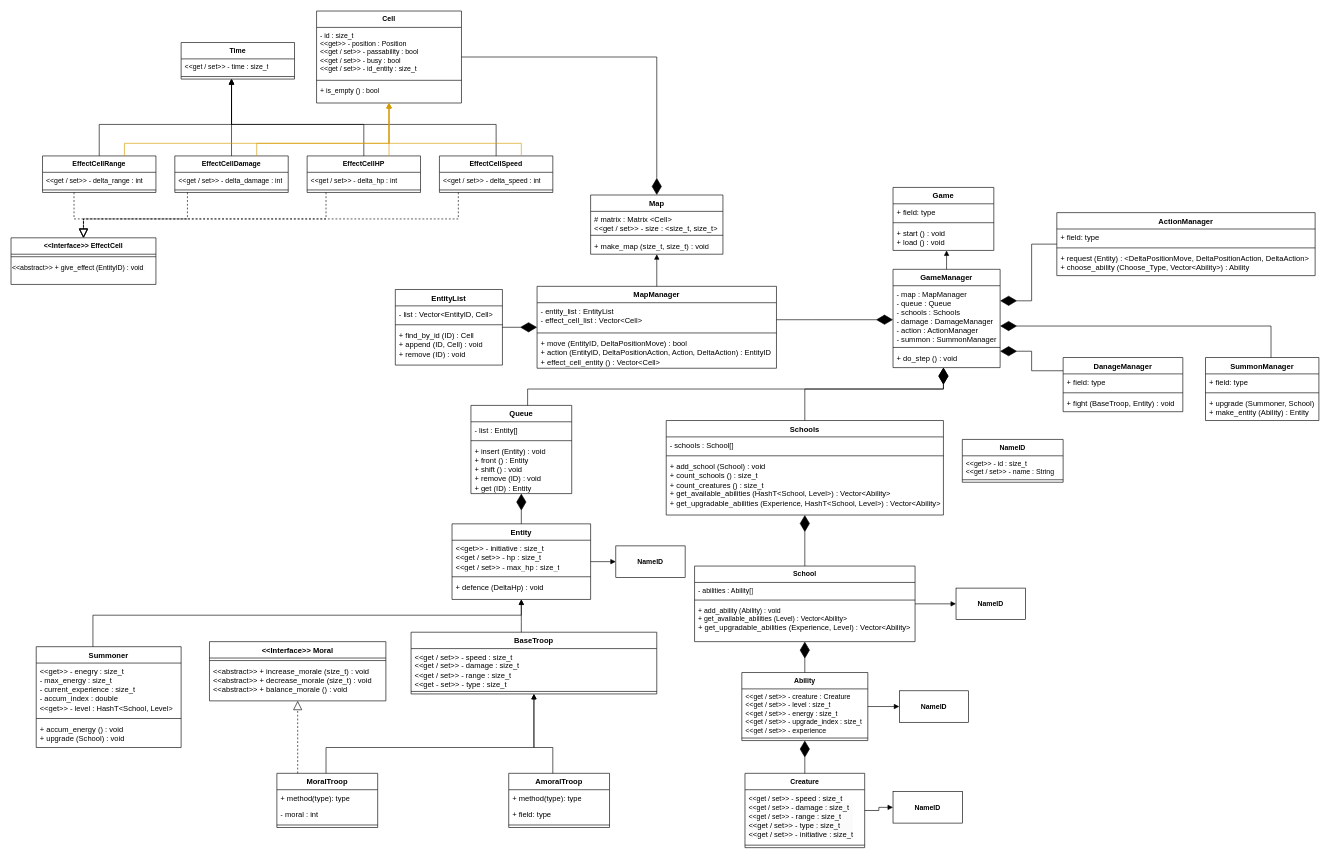
Earlier version of the draw.io diagram lab3.drawio (Alvald1/draw.io). Source tidied: cells renumbered, new cells numbered last; positions are measured from the earlier drawing's top-left corner, leaving out a move shared by most shapes. Both pictures are drawn from the tidied source at 63%, with x=0, y=0 at pixel (11, 11).
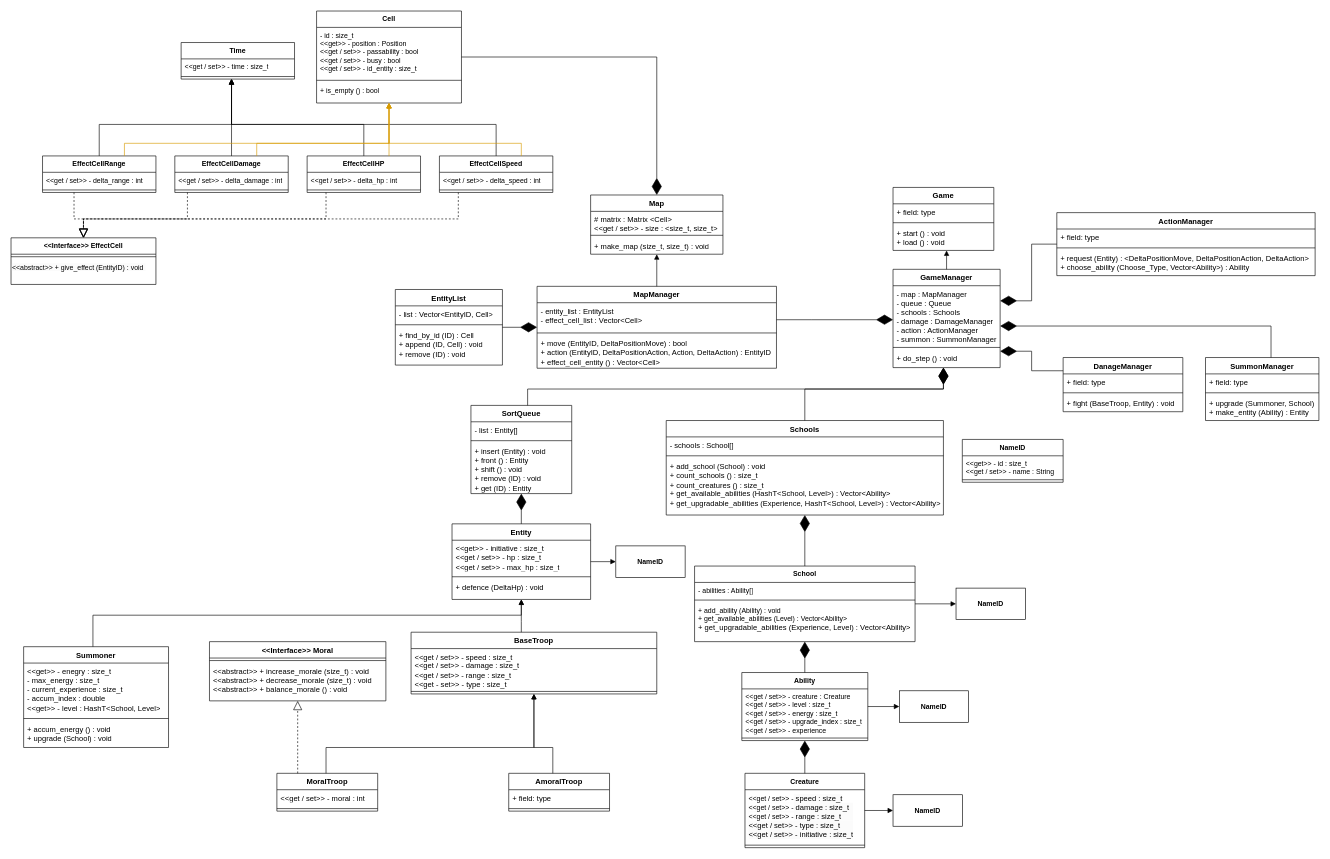
Above is the later version.

Diff of the diagram source:
```diff
@@
-    <mxCell id="14" value="Queue" style="swimlane;fontStyle=1;align=center;verticalAlign=top;horizontal=1;startSize=26;whiteSpace=wrap;html=1;" parent="1" vertex="1">
+    <mxCell id="14" value="SortQueue" style="swimlane;fontStyle=1;align=center;verticalAlign=top;horizontal=1;startSize=26;whiteSpace=wrap;html=1;" parent="1" vertex="1">
       <mxGeometry x="730" y="626" width="160" height="140" as="geometry" />
     </mxCell>
@@
     <mxCell id="27" value="Summoner" style="swimlane;fontStyle=1;align=center;verticalAlign=top;horizontal=1;startSize=26;whiteSpace=wrap;html=1;" parent="1" vertex="1">
-      <mxGeometry x="40" y="1009" width="230" height="160" as="geometry" />
+      <mxGeometry x="20" y="1009" width="230" height="160" as="geometry" />
     </mxCell>
@@
     <mxCell id="34" value="AmoralTroop" style="swimlane;fontStyle=1;align=center;verticalAlign=top;horizontal=1;startSize=26;whiteSpace=wrap;html=1;" parent="1" vertex="1">
-      <mxGeometry x="790" y="1210" width="160" height="86" as="geometry" />
+      <mxGeometry x="790" y="1210" width="160" height="60" as="geometry" />
     </mxCell>
-    <mxCell id="35" value="+ method(type): type" style="text;strokeColor=none;fillColor=none;align=left;verticalAlign=top;spacingLeft=4;spacingRight=4;overflow=hidden;whiteSpace=wrap;html=1;" parent="34" vertex="1">
-      <mxGeometry y="26" width="160" height="26" as="geometry" />
-    </mxCell>
     <mxCell id="36" value="+ field: type" style="text;strokeColor=none;fillColor=none;align=left;verticalAlign=top;spacingLeft=4;spacingRight=4;overflow=hidden;whiteSpace=wrap;html=1;" parent="34" vertex="1">
-      <mxGeometry y="52" width="160" height="26" as="geometry" />
+      <mxGeometry y="26" width="160" height="26" as="geometry" />
     </mxCell>
     <mxCell id="37" style="line;strokeWidth=1;fillColor=none;align=left;verticalAlign=middle;spacingTop=-1;spacingLeft=3;spacingRight=3;labelPosition=right;strokeColor=inherit;" parent="34" vertex="1">
-      <mxGeometry y="78" width="160" height="8" as="geometry" />
+      <mxGeometry y="52" width="160" height="8" as="geometry" />
     </mxCell>
@@
     <mxCell id="78" value="&lt;b&gt;NameID&lt;/b&gt;" style="html=1;whiteSpace=wrap;fontFamily=Helvetica;fontSize=11;fontColor=default;labelBackgroundColor=default;" parent="1" vertex="1">
-      <mxGeometry x="1400" y="1239" width="110" height="50" as="geometry" />
+      <mxGeometry x="1400" y="1244" width="110" height="50" as="geometry" />
     </mxCell>
@@
     <mxCell id="87" value="MoralTroop" style="swimlane;fontStyle=1;align=center;verticalAlign=top;horizontal=1;startSize=26;whiteSpace=wrap;html=1;" parent="1" vertex="1">
-      <mxGeometry x="422" y="1210" width="160" height="86" as="geometry" />
+      <mxGeometry x="422" y="1210" width="160" height="60" as="geometry" />
     </mxCell>
-    <mxCell id="88" value="+ method(type): type" style="text;strokeColor=none;fillColor=none;align=left;verticalAlign=top;spacingLeft=4;spacingRight=4;overflow=hidden;whiteSpace=wrap;html=1;" parent="87" vertex="1">
-      <mxGeometry y="26" width="160" height="26" as="geometry" />
-    </mxCell>
-    <mxCell id="89" value="- moral : int" style="text;strokeColor=none;fillColor=none;align=left;verticalAlign=top;spacingLeft=4;spacingRight=4;overflow=hidden;whiteSpace=wrap;html=1;" parent="87" vertex="1">
-      <mxGeometry y="52" width="160" height="26" as="geometry" />
+    <mxCell id="89" value="&amp;lt;&amp;lt;get / set&amp;gt;&amp;gt; - moral : int" style="text;strokeColor=none;fillColor=none;align=left;verticalAlign=top;spacingLeft=4;spacingRight=4;overflow=hidden;whiteSpace=wrap;html=1;" parent="87" vertex="1">
+      <mxGeometry y="26" width="160" height="26" as="geometry" />
     </mxCell>
     <mxCell id="90" style="line;strokeWidth=1;fillColor=none;align=left;verticalAlign=middle;spacingTop=-1;spacingLeft=3;spacingRight=3;labelPosition=right;strokeColor=inherit;" parent="87" vertex="1">
-      <mxGeometry y="78" width="160" height="8" as="geometry" />
+      <mxGeometry y="52" width="160" height="8" as="geometry" />
     </mxCell>
```
